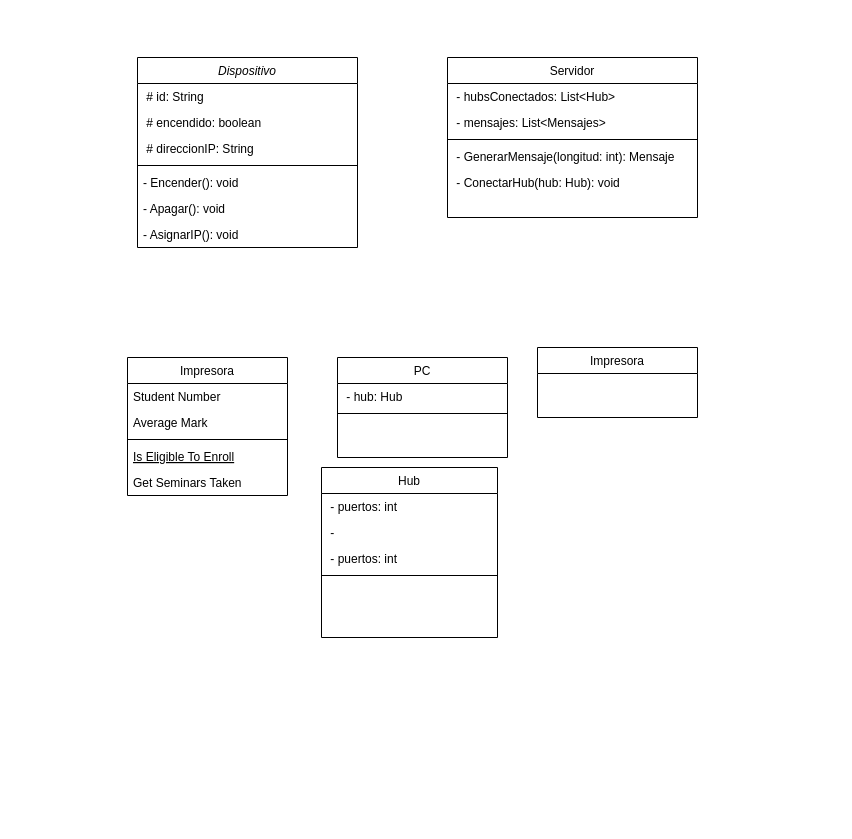
vitoriadelanachaves/uml_class_diagram keeps this draw.io diagram as redes.drawio. Above is the earlier version. Source tidied: cells renumbered, new cells numbered last; positions are measured from the earlier drawing's top-left corner, leaving out a move shared by most shapes. Both pictures are drawn from the tidied source at 100%, with x=0, y=0 at pixel (127, 57).
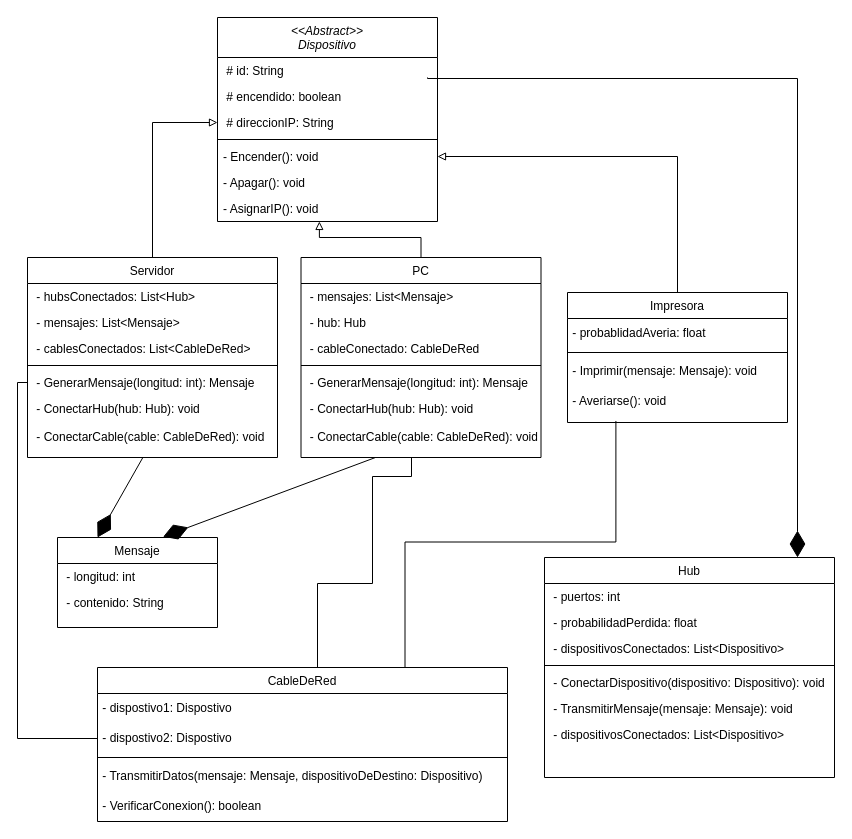
The same page after the edit.

Diff of the diagram source:
```diff
@@
-    <mxCell id="2" value="Dispositivo" style="swimlane;fontStyle=2;align=center;verticalAlign=top;horizontal=1;startSize=26;rounded=0;shadow=0;strokeWidth=1;" parent="1" vertex="1">
-      <mxGeometry x="10" width="220" height="190" as="geometry" />
+    <mxCell id="2" value="&lt;&lt;Abstract&gt;&gt;&#10;Dispositivo" style="swimlane;fontStyle=2;align=center;verticalAlign=top;horizontal=1;startSize=40;rounded=0;shadow=0;strokeWidth=1;" parent="1" vertex="1">
+      <mxGeometry x="90" y="-40" width="220" height="204" as="geometry" />
     </mxCell>
     <mxCell id="3" value=" # id: String" style="text;align=left;verticalAlign=top;spacingLeft=4;spacingRight=4;overflow=hidden;rounded=0;shadow=0;html=0;" parent="2" vertex="1">
-      <mxGeometry y="26" width="220" height="26" as="geometry" />
+      <mxGeometry y="40" width="220" height="26" as="geometry" />
     </mxCell>
     <mxCell id="4" value=" # encendido: boolean" style="text;align=left;verticalAlign=top;spacingLeft=4;spacingRight=4;overflow=hidden;rounded=0;shadow=0;html=0;" parent="2" vertex="1">
-      <mxGeometry y="52" width="220" height="26" as="geometry" />
+      <mxGeometry y="66" width="220" height="26" as="geometry" />
     </mxCell>
     <mxCell id="5" value=" # direccionIP: String" style="text;align=left;verticalAlign=top;spacingLeft=4;spacingRight=4;overflow=hidden;points=[[0,0.5],[1,0.5]];portConstraint=eastwest;rounded=0;shadow=0;html=0;" parent="2" vertex="1">
-      <mxGeometry y="78" width="220" height="26" as="geometry" />
+      <mxGeometry y="92" width="220" height="26" as="geometry" />
     </mxCell>
     <mxCell id="6" style="line;html=1;strokeWidth=1;align=left;verticalAlign=middle;spacingTop=-1;spacingLeft=3;spacingRight=3;labelPosition=right;" parent="2" vertex="1">
-      <mxGeometry y="104" width="220" height="8" as="geometry" />
+      <mxGeometry y="118" width="220" height="8" as="geometry" />
     </mxCell>
     <mxCell id="7" value="- Encender(): void&#10;" style="text;align=left;verticalAlign=top;spacingLeft=4;spacingRight=4;overflow=hidden;points=[[0,0.5],[1,0.5]];portConstraint=eastwest;" parent="2" vertex="1">
-      <mxGeometry y="112" width="220" height="26" as="geometry" />
+      <mxGeometry y="126" width="220" height="26" as="geometry" />
     </mxCell>
     <mxCell id="8" value="- Apagar(): void" style="text;align=left;verticalAlign=top;spacingLeft=4;spacingRight=4;overflow=hidden;" parent="2" vertex="1">
-      <mxGeometry y="138" width="220" height="26" as="geometry" />
+      <mxGeometry y="152" width="220" height="26" as="geometry" />
     </mxCell>
     <mxCell id="9" value="- AsignarIP(): void" style="text;align=left;verticalAlign=top;spacingLeft=4;spacingRight=4;overflow=hidden;points=[[0,0.5],[1,0.5]];portConstraint=eastwest;" parent="2" vertex="1">
-      <mxGeometry y="164" width="220" height="26" as="geometry" />
+      <mxGeometry y="178" width="220" height="26" as="geometry" />
     </mxCell>
-    <mxCell id="10" value="Impresora" style="swimlane;fontStyle=0;align=center;verticalAlign=top;horizontal=1;startSize=26;rounded=0;shadow=0;strokeWidth=1;" parent="1" vertex="1">
-      <mxGeometry y="300" width="160" height="138" as="geometry" />
+    <mxCell id="10" value="Mensaje" style="swimlane;fontStyle=0;align=center;verticalAlign=top;horizontal=1;startSize=26;rounded=0;shadow=0;strokeWidth=1;" parent="1" vertex="1">
+      <mxGeometry x="-70" y="480" width="160" height="90" as="geometry" />
     </mxCell>
-    <mxCell id="11" value="Student Number" style="text;align=left;verticalAlign=top;spacingLeft=4;spacingRight=4;overflow=hidden;" parent="10" vertex="1">
+    <mxCell id="11" value=" - longitud: int" style="text;align=left;verticalAlign=top;spacingLeft=4;spacingRight=4;overflow=hidden;" parent="10" vertex="1">
       <mxGeometry y="26" width="160" height="26" as="geometry" />
     </mxCell>
-    <mxCell id="12" value="Average Mark" style="text;align=left;verticalAlign=top;spacingLeft=4;spacingRight=4;overflow=hidden;rounded=0;shadow=0;html=0;" parent="10" vertex="1">
+    <mxCell id="12" value=" - contenido: String" style="text;align=left;verticalAlign=top;spacingLeft=4;spacingRight=4;overflow=hidden;rounded=0;shadow=0;html=0;" parent="10" vertex="1">
       <mxGeometry y="52" width="160" height="26" as="geometry" />
     </mxCell>
-    <mxCell id="13" style="line;html=1;strokeWidth=1;align=left;verticalAlign=middle;spacingTop=-1;spacingLeft=3;spacingRight=3;labelPosition=right;" parent="10" vertex="1">
-      <mxGeometry y="78" width="160" height="8" as="geometry" />
-    </mxCell>
-    <mxCell id="14" value="Is Eligible To Enroll" style="text;align=left;verticalAlign=top;spacingLeft=4;spacingRight=4;overflow=hidden;fontStyle=4;" parent="10" vertex="1">
-      <mxGeometry y="86" width="160" height="26" as="geometry" />
-    </mxCell>
-    <mxCell id="15" value="Get Seminars Taken" style="text;align=left;verticalAlign=top;spacingLeft=4;spacingRight=4;overflow=hidden;" parent="10" vertex="1">
-      <mxGeometry y="112" width="160" height="26" as="geometry" />
-    </mxCell>
     <mxCell id="16" value="PC" style="swimlane;fontStyle=0;align=center;verticalAlign=top;horizontal=1;startSize=26;rounded=0;shadow=0;strokeWidth=1;" parent="1" vertex="1">
-      <mxGeometry x="210" y="300" width="170" height="100" as="geometry" />
+      <mxGeometry x="173.5" y="200" width="240" height="200" as="geometry" />
     </mxCell>
+    <mxCell id="31" value=" - mensajes: List&lt;Mensaje&gt;" style="text;align=left;verticalAlign=top;spacingLeft=4;spacingRight=4;overflow=hidden;rounded=0;shadow=0;html=0;" parent="16" vertex="1">
+      <mxGeometry y="26" width="240" height="26" as="geometry" />
+    </mxCell>
     <mxCell id="17" value=" - hub: Hub" style="text;align=left;verticalAlign=top;spacingLeft=4;spacingRight=4;overflow=hidden;" parent="16" vertex="1">
-      <mxGeometry y="26" width="170" height="26" as="geometry" />
+      <mxGeometry y="52" width="240" height="26" as="geometry" />
     </mxCell>
+    <mxCell id="32" value=" - cableConectado: CableDeRed" style="text;align=left;verticalAlign=top;spacingLeft=4;spacingRight=4;overflow=hidden;" parent="16" vertex="1">
+      <mxGeometry y="78" width="240" height="26" as="geometry" />
+    </mxCell>
     <mxCell id="18" style="line;html=1;strokeWidth=1;align=left;verticalAlign=middle;spacingTop=-1;spacingLeft=3;spacingRight=3;labelPosition=right;" parent="16" vertex="1">
-      <mxGeometry y="52" width="170" height="8" as="geometry" />
+      <mxGeometry y="104" width="240" height="8" as="geometry" />
     </mxCell>
+    <mxCell id="33" value=" - GenerarMensaje(longitud: int): Mensaje" style="text;align=left;verticalAlign=top;spacingLeft=4;spacingRight=4;overflow=hidden;" parent="16" vertex="1">
+      <mxGeometry y="112" width="240" height="26" as="geometry" />
+    </mxCell>
+    <mxCell id="34" value=" - ConectarHub(hub: Hub): void" style="text;align=left;verticalAlign=top;spacingLeft=4;spacingRight=4;overflow=hidden;" parent="16" vertex="1">
+      <mxGeometry y="138" width="240" height="28" as="geometry" />
+    </mxCell>
+    <mxCell id="35" value=" - ConectarCable(cable: CableDeRed): void" style="text;align=left;verticalAlign=top;spacingLeft=4;spacingRight=4;overflow=hidden;points=[[0,0.5],[1,0.5]];portConstraint=eastwest;" parent="16" vertex="1">
+      <mxGeometry y="166" width="240" height="34" as="geometry" />
+    </mxCell>
+    <mxCell id="36" style="edgeStyle=orthogonalEdgeStyle;rounded=0;jettySize=auto;html=1;exitX=0.5;exitY=0;exitDx=0;exitDy=0;entryX=0;entryY=0.5;entryDx=0;entryDy=0;endArrow=block;endFill=0;" parent="1" edge="1" source="19" target="5">
+      <mxGeometry relative="1" as="geometry" />
+    </mxCell>
     <mxCell id="19" value="Servidor" style="swimlane;fontStyle=0;align=center;verticalAlign=top;horizontal=1;startSize=26;rounded=0;shadow=0;strokeWidth=1;" parent="1" vertex="1">
-      <mxGeometry x="320" width="250" height="160" as="geometry" />
+      <mxGeometry x="-100" y="200" width="250" height="200" as="geometry" />
     </mxCell>
@@
+    <mxCell id="37" value=" - mensajes: List&lt;Mensaje&gt;" style="text;align=left;verticalAlign=top;spacingLeft=4;spacingRight=4;overflow=hidden;rounded=0;shadow=0;html=0;" parent="19" vertex="1">
+      <mxGeometry y="52" width="250" height="26" as="geometry" />
+    </mxCell>
-    <mxCell id="21" value=" - mensajes: List&lt;Mensajes&gt;" style="text;align=left;verticalAlign=top;spacingLeft=4;spacingRight=4;overflow=hidden;rounded=0;shadow=0;html=0;" parent="19" vertex="1">
-      <mxGeometry y="52" width="250" height="26" as="geometry" />
+    <mxCell id="21" value=" - cablesConectados: List&lt;CableDeRed&gt;" style="text;align=left;verticalAlign=top;spacingLeft=4;spacingRight=4;overflow=hidden;rounded=0;shadow=0;html=0;" parent="19" vertex="1">
+      <mxGeometry y="78" width="250" height="26" as="geometry" />
     </mxCell>
     <mxCell id="22" style="line;html=1;strokeWidth=1;align=left;verticalAlign=middle;spacingTop=-1;spacingLeft=3;spacingRight=3;labelPosition=right;" parent="19" vertex="1">
-      <mxGeometry y="78" width="250" height="8" as="geometry" />
+      <mxGeometry y="104" width="250" height="8" as="geometry" />
     </mxCell>
     <mxCell id="23" value=" - GenerarMensaje(longitud: int): Mensaje" style="text;align=left;verticalAlign=top;spacingLeft=4;spacingRight=4;overflow=hidden;points=[[0,0.5],[1,0.5]];portConstraint=eastwest;" parent="19" vertex="1">
-      <mxGeometry y="86" width="250" height="26" as="geometry" />
+      <mxGeometry y="112" width="250" height="26" as="geometry" />
     </mxCell>
     <mxCell id="24" value=" - ConectarHub(hub: Hub): void" style="text;align=left;verticalAlign=top;spacingLeft=4;spacingRight=4;overflow=hidden;" parent="19" vertex="1">
-      <mxGeometry y="112" width="250" height="28" as="geometry" />
+      <mxGeometry y="138" width="250" height="28" as="geometry" />
     </mxCell>
+    <mxCell id="38" value=" - ConectarCable(cable: CableDeRed): void" style="text;align=left;verticalAlign=top;spacingLeft=4;spacingRight=4;overflow=hidden;points=[[0,0.5],[1,0.5]];portConstraint=eastwest;" parent="19" vertex="1">
+      <mxGeometry y="166" width="250" height="34" as="geometry" />
+    </mxCell>
     <mxCell id="25" value="Hub" style="swimlane;fontStyle=0;align=center;verticalAlign=top;horizontal=1;startSize=26;rounded=0;shadow=0;strokeWidth=1;" parent="1" vertex="1">
-      <mxGeometry x="194" y="410" width="176" height="170" as="geometry" />
+      <mxGeometry x="417" y="500" width="290" height="220" as="geometry" />
     </mxCell>
     <mxCell id="26" value=" - puertos: int" style="text;align=left;verticalAlign=top;spacingLeft=4;spacingRight=4;overflow=hidden;" parent="25" vertex="1">
-      <mxGeometry y="26" width="176" height="26" as="geometry" />
+      <mxGeometry y="26" width="290" height="26" as="geometry" />
     </mxCell>
-    <mxCell id="27" value=" -" style="text;align=left;verticalAlign=top;spacingLeft=4;spacingRight=4;overflow=hidden;" parent="25" vertex="1">
-      <mxGeometry y="52" width="176" height="26" as="geometry" />
+    <mxCell id="27" value=" - probabilidadPerdida: float" style="text;align=left;verticalAlign=top;spacingLeft=4;spacingRight=4;overflow=hidden;" parent="25" vertex="1">
+      <mxGeometry y="52" width="290" height="26" as="geometry" />
     </mxCell>
-    <mxCell id="28" value=" - puertos: int" style="text;align=left;verticalAlign=top;spacingLeft=4;spacingRight=4;overflow=hidden;" parent="25" vertex="1">
-      <mxGeometry y="78" width="176" height="26" as="geometry" />
+    <mxCell id="28" value=" - dispositivosConectados: List&lt;Dispositivo&gt;" style="text;align=left;verticalAlign=top;spacingLeft=4;spacingRight=4;overflow=hidden;" parent="25" vertex="1">
+      <mxGeometry y="78" width="290" height="26" as="geometry" />
     </mxCell>
     <mxCell id="29" style="line;html=1;strokeWidth=1;align=left;verticalAlign=middle;spacingTop=-1;spacingLeft=3;spacingRight=3;labelPosition=right;" parent="25" vertex="1">
-      <mxGeometry y="104" width="176" height="8" as="geometry" />
+      <mxGeometry y="104" width="290" height="8" as="geometry" />
     </mxCell>
+    <mxCell id="39" value=" - ConectarDispositivo(dispositivo: Dispositivo): void" style="text;align=left;verticalAlign=top;spacingLeft=4;spacingRight=4;overflow=hidden;" parent="25" vertex="1">
+      <mxGeometry y="112" width="290" height="26" as="geometry" />
+    </mxCell>
+    <mxCell id="40" value=" - TransmitirMensaje(mensaje: Mensaje): void" style="text;align=left;verticalAlign=top;spacingLeft=4;spacingRight=4;overflow=hidden;" parent="25" vertex="1">
+      <mxGeometry y="138" width="290" height="26" as="geometry" />
+    </mxCell>
+    <mxCell id="41" value=" - dispositivosConectados: List&lt;Dispositivo&gt;" style="text;align=left;verticalAlign=top;spacingLeft=4;spacingRight=4;overflow=hidden;" parent="25" vertex="1">
+      <mxGeometry y="164" width="290" height="56" as="geometry" />
+    </mxCell>
+    <mxCell id="42" style="edgeStyle=orthogonalEdgeStyle;rounded=0;jettySize=auto;html=1;exitX=0.5;exitY=0;exitDx=0;exitDy=0;entryX=1;entryY=0.5;entryDx=0;entryDy=0;endArrow=block;endFill=0;" parent="1" edge="1" source="30" target="7">
+      <mxGeometry relative="1" as="geometry" />
+    </mxCell>
     <mxCell id="30" value="Impresora" style="swimlane;fontStyle=0;align=center;verticalAlign=top;horizontal=1;startSize=26;rounded=0;shadow=0;strokeWidth=1;" parent="1" vertex="1">
-      <mxGeometry x="410" y="290" width="160" height="70" as="geometry" />
+      <mxGeometry x="440" y="235" width="220" height="130" as="geometry" />
     </mxCell>
+    <mxCell id="43" value="&amp;nbsp;- probablidadAveria: float" style="text;html=1;align=left;verticalAlign=middle;strokeColor=none;fillColor=none;" parent="30" vertex="1">
+      <mxGeometry y="26" width="220" height="30" as="geometry" />
+    </mxCell>
+    <mxCell id="44" style="line;html=1;strokeWidth=1;align=left;verticalAlign=middle;spacingTop=-1;spacingLeft=3;spacingRight=3;labelPosition=right;" parent="30" vertex="1">
+      <mxGeometry y="56" width="220" height="8" as="geometry" />
+    </mxCell>
+    <mxCell id="45" value="&amp;nbsp;- Imprimir(mensaje: Mensaje): void" style="text;html=1;align=left;verticalAlign=middle;strokeColor=none;fillColor=none;" parent="30" vertex="1">
+      <mxGeometry y="64" width="220" height="30" as="geometry" />
+    </mxCell>
+    <mxCell id="46" value="&amp;nbsp;- Averiarse(): void" style="text;html=1;align=left;verticalAlign=middle;points=[];strokeColor=none;fillColor=none;" parent="30" vertex="1">
+      <mxGeometry y="94" width="220" height="30" as="geometry" />
+    </mxCell>
+    <mxCell id="47" value="CableDeRed" style="swimlane;fontStyle=0;align=center;verticalAlign=top;horizontal=1;startSize=26;rounded=0;shadow=0;strokeWidth=1;" parent="1" vertex="1">
+      <mxGeometry x="-30" y="610" width="410" height="154" as="geometry" />
+    </mxCell>
+    <mxCell id="48" value="&amp;nbsp;- dispostivo1: Dispostivo" style="text;html=1;align=left;verticalAlign=middle;strokeColor=none;fillColor=none;" parent="47" vertex="1">
+      <mxGeometry y="26" width="410" height="30" as="geometry" />
+    </mxCell>
+    <mxCell id="49" value="&amp;nbsp;- dispostivo2: Dispostivo" style="text;html=1;align=left;verticalAlign=middle;points=[];strokeColor=none;fillColor=none;" parent="47" vertex="1">
+      <mxGeometry y="56" width="410" height="30" as="geometry" />
+    </mxCell>
+    <mxCell id="50" style="line;html=1;strokeWidth=1;align=left;verticalAlign=middle;spacingTop=-1;spacingLeft=3;spacingRight=3;labelPosition=right;" parent="47" vertex="1">
+      <mxGeometry y="86" width="410" height="8" as="geometry" />
+    </mxCell>
+    <mxCell id="51" value="&amp;nbsp;- TransmitirDatos(mensaje: Mensaje, dispositivoDeDestino: Dispositivo)" style="text;html=1;align=left;verticalAlign=middle;strokeColor=none;fillColor=none;" parent="47" vertex="1">
+      <mxGeometry y="94" width="410" height="30" as="geometry" />
+    </mxCell>
+    <mxCell id="52" value="&amp;nbsp;- VerificarConexion(): boolean" style="text;html=1;align=left;verticalAlign=middle;strokeColor=none;fillColor=none;" parent="47" vertex="1">
+      <mxGeometry y="124" width="410" height="30" as="geometry" />
+    </mxCell>
+    <mxCell id="53" style="edgeStyle=orthogonalEdgeStyle;rounded=0;jettySize=auto;html=1;exitX=0.5;exitY=0;exitDx=0;exitDy=0;entryX=0.463;entryY=0.998;entryDx=0;entryDy=0;entryPerimeter=0;endArrow=block;endFill=0;" parent="1" edge="1" source="16" target="9">
+      <mxGeometry relative="1" as="geometry" />
+    </mxCell>
+    <mxCell id="54" style="endArrow=diamondThin;endFill=1;endSize=24;html=1;rounded=0;entryX=0.25;entryY=0;entryDx=0;entryDy=0;" parent="1" edge="1" source="38" target="10">
+      <mxGeometry relative="1" as="geometry" />
+    </mxCell>
+    <mxCell id="55" style="endArrow=diamondThin;endFill=1;endSize=24;html=1;rounded=0;entryX=0.66;entryY=-0.008;entryDx=0;entryDy=0;entryPerimeter=0;" parent="1" edge="1" source="35" target="10">
+      <mxGeometry relative="1" as="geometry" />
+    </mxCell>
+    <mxCell id="56" style="rounded=0;jettySize=auto;html=1;exitX=0;exitY=0.5;exitDx=0;exitDy=0;entryX=0;entryY=0.5;entryDx=0;entryDy=0;entryPerimeter=0;edgeStyle=elbowEdgeStyle;endArrow=none;endFill=0;" parent="1" edge="1" source="23" target="49">
+      <mxGeometry relative="1" as="geometry">
+        <Array as="points">
+          <mxPoint x="-110" y="510" />
+        </Array>
+      </mxGeometry>
+    </mxCell>
+    <mxCell id="57" style="rounded=0;orthogonalLoop=1;jettySize=auto;html=1;endArrow=none;endFill=0;edgeStyle=orthogonalEdgeStyle;" parent="1" edge="1">
+      <mxGeometry relative="1" as="geometry">
+        <mxPoint x="280" y="400" as="sourcePoint" />
+        <mxPoint x="190" y="610" as="targetPoint" />
+        <Array as="points">
+          <mxPoint x="284" y="419" />
+          <mxPoint x="245" y="419" />
+          <mxPoint x="245" y="526" />
+          <mxPoint x="190" y="526" />
+        </Array>
+      </mxGeometry>
+    </mxCell>
+    <mxCell id="58" style="rounded=0;jettySize=auto;html=1;exitX=0.75;exitY=0;exitDx=0;exitDy=0;entryX=0.22;entryY=1.149;entryDx=0;entryDy=0;entryPerimeter=0;endArrow=none;endFill=0;edgeStyle=orthogonalEdgeStyle;" parent="1" edge="1" source="47" target="46">
+      <mxGeometry relative="1" as="geometry" />
+    </mxCell>
+    <mxCell id="59" style="endArrow=diamondThin;endFill=1;endSize=24;html=1;rounded=0;edgeStyle=orthogonalEdgeStyle;" parent="1" edge="1" target="25">
+      <mxGeometry relative="1" as="geometry">
+        <mxPoint x="300" y="20" as="sourcePoint" />
+        <Array as="points">
+          <mxPoint x="670" y="21" />
+        </Array>
+      </mxGeometry>
+    </mxCell>
```
